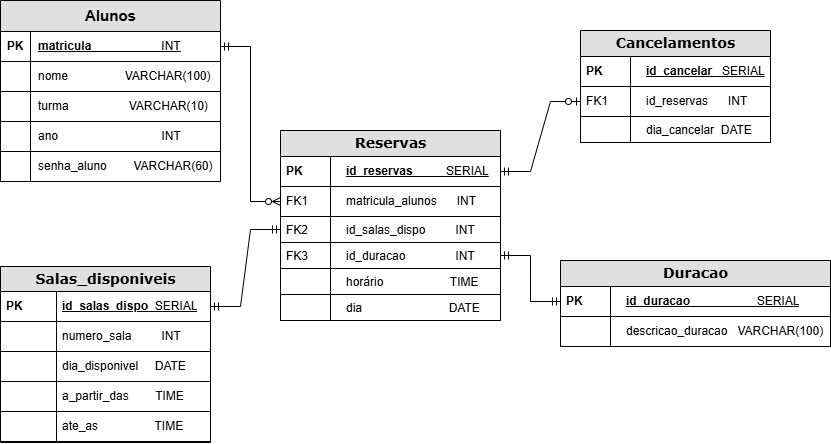
AnaCris007/Smart_Room keeps this draw.io diagram as documents/assets/modeloLogico.png. Above is the earlier version. Source tidied: cells renumbered, new cells last; positions are measured from the earlier drawing's top-left corner, leaving out a move shared by most shapes.
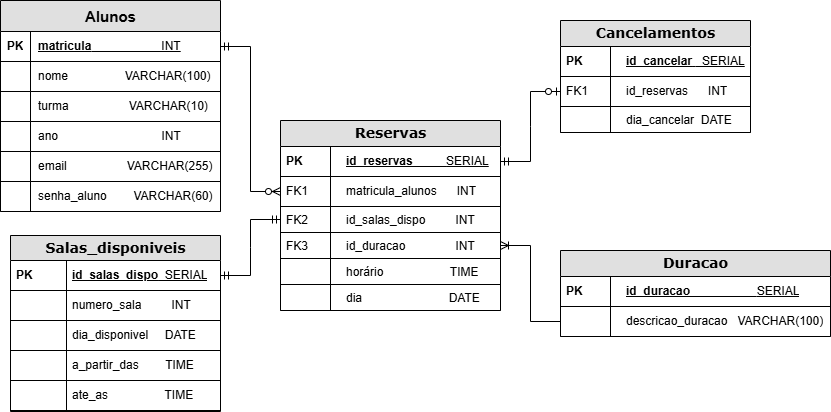
After the commit.

What changed in the source:
```diff
@@ -3,7 +3,7 @@
     <mxCell id="0" />
     <mxCell id="1" parent="0" />
     <mxCell id="2" value="&lt;b&gt;Salas_disponiveis&lt;/b&gt;" style="swimlane;html=1;fontStyle=0;horizontal=1;startSize=25;fillColor=#e0e0e0;swimlaneFillColor=#ffffff;align=center;rounded=0;shadow=0;comic=0;labelBackgroundColor=none;strokeWidth=1;fontFamily=Verdana;fontSize=14;" parent="1" vertex="1">
-      <mxGeometry y="266" width="210" height="176" as="geometry" />
+      <mxGeometry x="10" y="245" width="210" height="176" as="geometry" />
     </mxCell>
     <mxCell id="3" value="id_salas_dispo&lt;span style=&quot;font-weight: normal;&quot;&gt;&amp;nbsp; SERIAL&lt;/span&gt;" style="shape=partialRectangle;top=0;left=0;right=0;bottom=1;html=1;align=left;verticalAlign=middle;fillColor=none;spacingLeft=60;spacingRight=4;whiteSpace=wrap;overflow=hidden;points=[[0,0.5],[1,0.5]];portConstraint=eastwest;fontStyle=5;" parent="2" vertex="1">
       <mxGeometry y="25" width="210" height="30" as="geometry" />
@@ -75,7 +75,7 @@
       <mxGeometry width="50" height="26" as="geometry" />
     </mxCell>
     <mxCell id="26" value="&lt;b&gt;&lt;font style=&quot;font-size: 15px;&quot;&gt;Alunos&lt;/font&gt;&lt;/b&gt;" style="shape=table;startSize=31;rowLines=0;fontStyle=0;align=center;html=1;fillColor=#E0E0E0;swimlaneFillColor=none;" parent="1" vertex="1">
-      <mxGeometry width="220" height="181" as="geometry" />
+      <mxGeometry y="10" width="220" height="211" as="geometry" />
     </mxCell>
     <mxCell id="27" style="shape=tableRow;horizontal=0;startSize=0;swimlaneHead=0;swimlaneBody=0;fillColor=none;points=[[0,0.5],[1,0.5]];portConstraint=eastwest;top=0;left=0;right=0;bottom=1;" parent="26" vertex="1">
       <mxGeometry y="31" width="220" height="30" as="geometry" />
@@ -113,8 +113,17 @@
     <mxCell id="38" value="ano&amp;nbsp; &amp;nbsp; &amp;nbsp; &amp;nbsp; &amp;nbsp; &amp;nbsp; &amp;nbsp; &amp;nbsp; &amp;nbsp; &amp;nbsp; &amp;nbsp; &amp;nbsp; &amp;nbsp; &amp;nbsp; &amp;nbsp; &amp;nbsp;INT" style="shape=partialRectangle;fillColor=none;top=0;left=0;bottom=1;right=0;align=left;spacingLeft=6;overflow=hidden;whiteSpace=wrap;html=1;" parent="36" vertex="1">
       <mxGeometry x="30" width="190" height="30" as="geometry" />
     </mxCell>
+    <mxCell id="59" style="shape=tableRow;horizontal=0;startSize=0;swimlaneHead=0;swimlaneBody=0;fillColor=none;top=0;left=0;right=0;bottom=0;" parent="26" vertex="1">
+      <mxGeometry y="151" width="220" height="30" as="geometry" />
+    </mxCell>
+    <mxCell id="60" style="shape=partialRectangle;fillColor=none;top=0;left=0;bottom=1;right=0;overflow=hidden;whiteSpace=wrap;html=1;" parent="59" vertex="1">
+      <mxGeometry width="30" height="30" as="geometry" />
+    </mxCell>
+    <mxCell id="61" value="email&amp;nbsp; &amp;nbsp; &amp;nbsp; &amp;nbsp; &amp;nbsp; &amp;nbsp; &amp;nbsp; &amp;nbsp; &amp;nbsp; VARCHAR(255)" style="shape=partialRectangle;fillColor=none;top=0;left=0;bottom=1;right=0;align=left;spacingLeft=6;overflow=hidden;whiteSpace=wrap;html=1;" parent="59" vertex="1">
+      <mxGeometry x="30" width="190" height="30" as="geometry" />
+    </mxCell>
     <mxCell id="39" style="shape=tableRow;horizontal=0;startSize=0;swimlaneHead=0;swimlaneBody=0;fillColor=none;top=0;left=0;right=0;bottom=0;" parent="26" vertex="1">
-      <mxGeometry y="151" width="220" height="30" as="geometry" />
+      <mxGeometry y="181" width="220" height="30" as="geometry" />
     </mxCell>
     <mxCell id="40" style="shape=partialRectangle;fillColor=none;top=0;left=0;bottom=1;right=0;overflow=hidden;whiteSpace=wrap;html=1;" parent="39" vertex="1">
       <mxGeometry width="30" height="30" as="geometry" />
@@ -133,7 +142,7 @@
       <mxGeometry relative="1" as="geometry" />
     </mxCell>
     <mxCell id="44" value="&lt;b&gt;Cancelamentos&lt;/b&gt;" style="swimlane;html=1;fontStyle=0;horizontal=1;startSize=26;fillColor=#e0e0e0;swimlaneFillColor=#ffffff;align=center;rounded=0;shadow=0;comic=0;labelBackgroundColor=none;strokeWidth=1;fontFamily=Verdana;fontSize=14;" parent="1" vertex="1">
-      <mxGeometry x="580" y="30" width="190" height="112" as="geometry" />
+      <mxGeometry x="560" y="30" width="190" height="112" as="geometry" />
     </mxCell>
     <mxCell id="45" value="&lt;b&gt;id_cancelar&lt;/b&gt;&amp;nbsp;&lt;span style=&quot;&quot;&gt;&amp;nbsp; SERIAL&lt;/span&gt;" style="shape=partialRectangle;top=0;left=0;right=0;bottom=1;html=1;align=left;verticalAlign=middle;fillColor=none;spacingLeft=64;spacingRight=4;whiteSpace=wrap;overflow=hidden;fontStyle=4;" parent="44" vertex="1">
       <mxGeometry y="26" width="190" height="30" as="geometry" />
@@ -171,11 +180,11 @@
     <mxCell id="56" style="shape=partialRectangle;top=0;left=0;bottom=0;html=1;fillColor=none;align=left;verticalAlign=middle;spacingLeft=4;spacingRight=4;whiteSpace=wrap;overflow=hidden;" parent="55" vertex="1">
       <mxGeometry width="50" height="30" as="geometry" />
     </mxCell>
-    <mxCell id="57" style="edgeStyle=entityRelationEdgeStyle;fontSize=12;html=1;endArrow=ERmandOne;startArrow=ERmandOne;rounded=0;exitX=1;exitY=0.5;exitDx=0;exitDy=0;entryX=0;entryY=0.5;entryDx=0;entryDy=0;" parent="1" edge="1" source="20" target="53">
-      <mxGeometry relative="1" as="geometry" />
-    </mxCell>
     <mxCell id="58" style="shape=partialRectangle;top=0;left=0;right=0;bottom=1;html=1;align=left;verticalAlign=top;fillColor=none;spacingLeft=64;spacingRight=4;whiteSpace=wrap;overflow=hidden;fontStyle=0;" parent="1" vertex="1">
       <mxGeometry x="280" y="268" width="220" height="26" as="geometry" />
     </mxCell>
+    <mxCell id="62" style="edgeStyle=entityRelationEdgeStyle;fontSize=12;html=1;endArrow=ERoneToMany;rounded=0;exitX=0;exitY=0.5;exitDx=0;exitDy=0;entryX=1;entryY=0.5;entryDx=0;entryDy=0;" parent="1" edge="1" source="55" target="20">
+      <mxGeometry relative="1" as="geometry" />
+    </mxCell>
   </root>
 </mxGraphModel>
```
